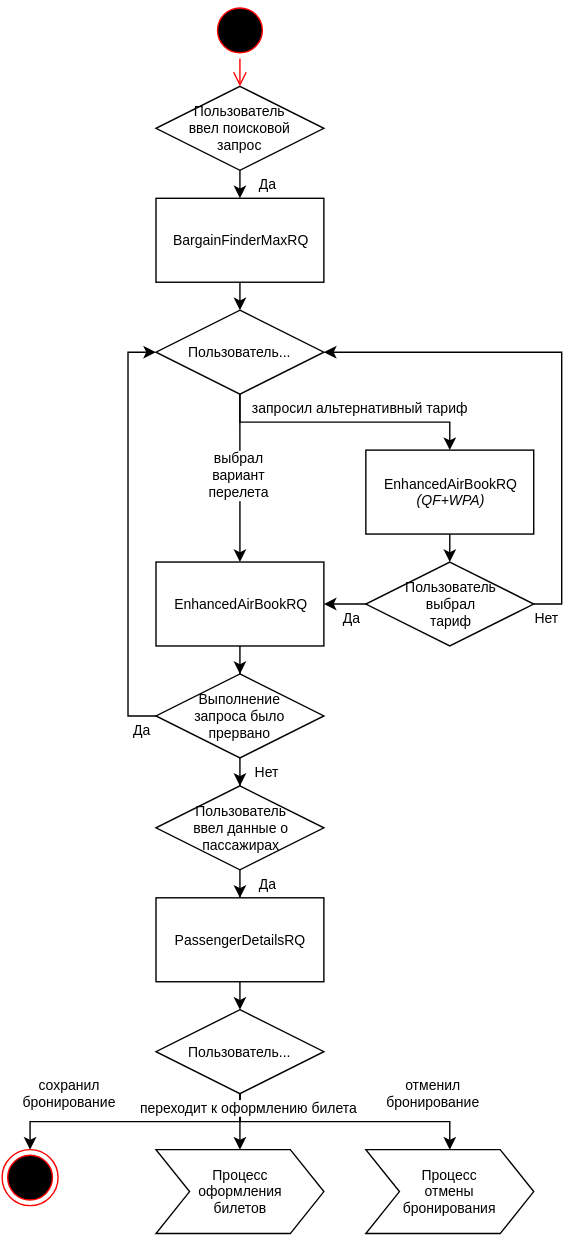
andreypolyak/sabre-apis-ru keeps this draw.io diagram as assets/svg/Search&Create Booking/[RU]Search&Create Booking[NoWPNC]-2.svg. Above is the earlier version. Source tidied: cells renumbered, new cells last; positions are measured from the earlier drawing's top-left corner, leaving out a move shared by most shapes.
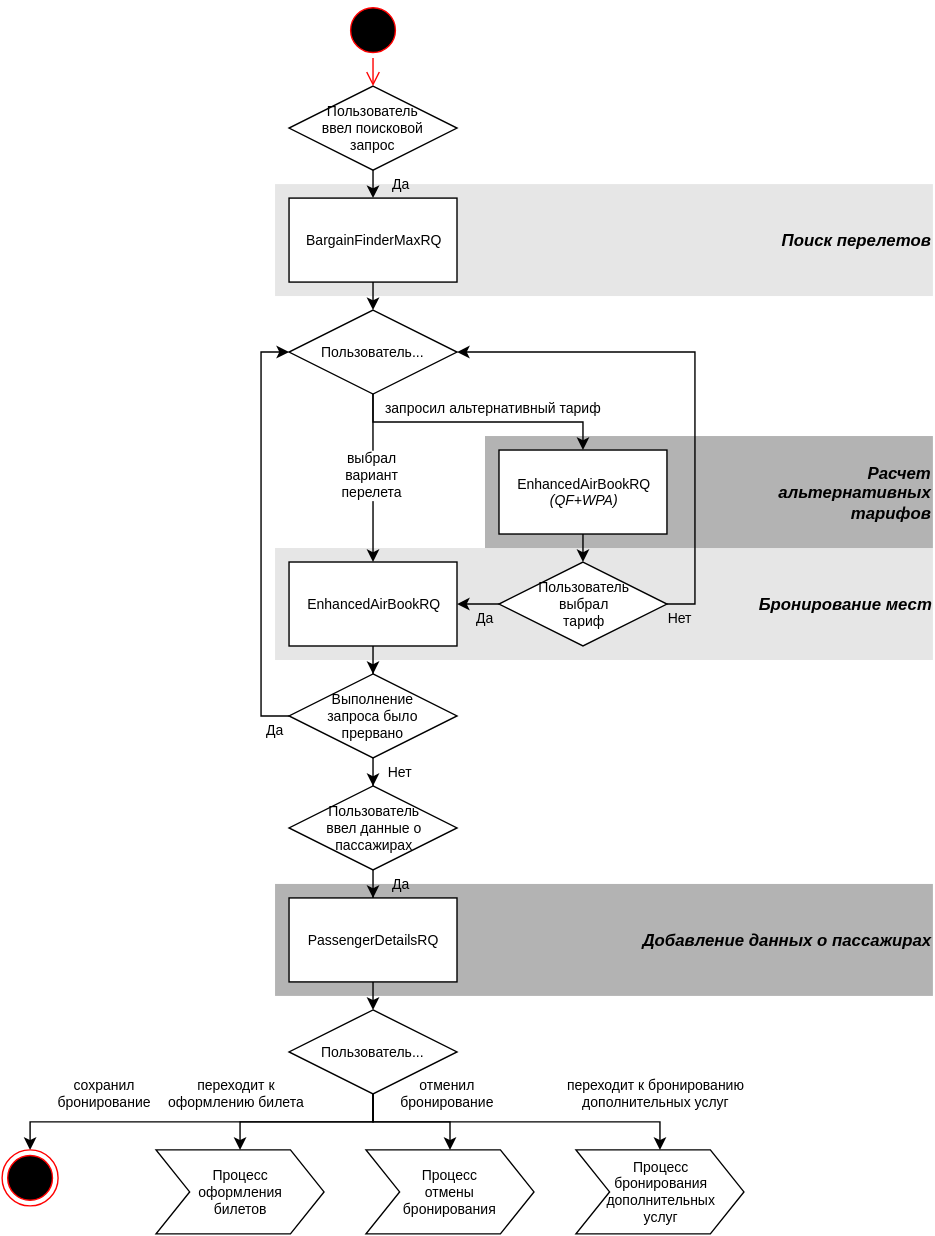
After the change.

Diff of the diagram source:
```diff
@@ -2,7 +2,19 @@
   <root>
     <mxCell id="0" />
     <mxCell id="1" parent="0" />
+    <mxCell id="32" value="&lt;div style=&quot;text-align: right&quot;&gt;&lt;i style=&quot;font-size: 12px ; line-height: 1.2&quot;&gt;&lt;b&gt;Добавление данных о пассажирах&lt;/b&gt;&lt;/i&gt;&lt;/div&gt;" style="whiteSpace=wrap;html=1;fillColor=#B3B3B3;fontSize=10;strokeColor=none;align=right;" parent="1" vertex="1">
+      <mxGeometry x="100" y="630" width="470" height="80" as="geometry" />
+    </mxCell>
+    <mxCell id="33" value="&lt;div style=&quot;text-align: right&quot;&gt;&lt;span style=&quot;line-height: 1.2&quot;&gt;&lt;font style=&quot;font-size: 12px&quot;&gt;&lt;b&gt;&lt;i&gt;Бронирование мест&lt;/i&gt;&lt;/b&gt;&lt;/font&gt;&lt;/span&gt;&lt;/div&gt;" style="whiteSpace=wrap;html=1;fillColor=#E6E6E6;fontSize=10;strokeColor=none;align=right;" parent="1" vertex="1">
+      <mxGeometry x="100" y="390" width="470" height="80" as="geometry" />
+    </mxCell>
+    <mxCell id="34" value="&lt;div style=&quot;text-align: right&quot;&gt;&lt;span&gt;&lt;b&gt;&lt;i&gt;&lt;font style=&quot;font-size: 12px&quot;&gt;Расчет&lt;/font&gt;&lt;/i&gt;&lt;/b&gt;&lt;/span&gt;&lt;/div&gt;&lt;div style=&quot;text-align: right&quot;&gt;&lt;span&gt;&lt;b&gt;&lt;i&gt;&lt;font style=&quot;font-size: 12px&quot;&gt;альтернативных&lt;/font&gt;&lt;/i&gt;&lt;/b&gt;&lt;/span&gt;&lt;/div&gt;&lt;div style=&quot;text-align: right&quot;&gt;&lt;span&gt;&lt;b&gt;&lt;i&gt;&lt;font style=&quot;font-size: 12px&quot;&gt;тарифов&lt;/font&gt;&lt;/i&gt;&lt;/b&gt;&lt;/span&gt;&lt;br&gt;&lt;/div&gt;" style="whiteSpace=wrap;html=1;fillColor=#B3B3B3;fontSize=10;strokeColor=none;align=right;" parent="1" vertex="1">
+      <mxGeometry x="250" y="310" width="320" height="80" as="geometry" />
+    </mxCell>
+    <mxCell id="35" value="&lt;div style=&quot;text-align: right&quot;&gt;&lt;font style=&quot;font-size: 12px&quot;&gt;&lt;i&gt;&lt;b&gt;Поиск перелетов&lt;/b&gt;&lt;/i&gt;&lt;/font&gt;&lt;/div&gt;" style="whiteSpace=wrap;html=1;fillColor=#E6E6E6;fontSize=10;strokeColor=none;align=right;" parent="1" vertex="1">
+      <mxGeometry x="100" y="130" width="470" height="80" as="geometry" />
+    </mxCell>
-    <mxCell id="2" value="Да" style="edgeStyle=orthogonalEdgeStyle;rounded=0;html=1;exitX=0.5;exitY=1;entryX=0.5;entryY=0;jettySize=auto;fontSize=10;" parent="1" edge="1" target="3">
+    <mxCell id="2" value="Да" style="edgeStyle=orthogonalEdgeStyle;rounded=0;html=1;exitX=0.5;exitY=1;entryX=0.5;entryY=0;jettySize=auto;fontSize=10;labelBackgroundColor=none;" parent="1" edge="1" target="3">
       <mxGeometry y="20" relative="1" as="geometry">
         <mxPoint x="170" y="120" as="sourcePoint" />
       </mxGeometry>
@@ -16,9 +28,6 @@
     <mxCell id="5" value="EnhancedAirBookRQ" style="whiteSpace=wrap;html=1;rounded=0;fontSize=10;" parent="1" vertex="1">
       <mxGeometry x="110" y="400" width="120" height="60" as="geometry" />
     </mxCell>
-    <mxCell id="6" style="edgeStyle=orthogonalEdgeStyle;rounded=0;html=1;entryX=0.5;entryY=0;jettySize=auto;exitX=0.5;exitY=1;fontSize=10;" parent="1" edge="1" source="7" target="21">
-      <mxGeometry relative="1" as="geometry" />
-    </mxCell>
     <mxCell id="7" value="PassengerDetailsRQ" style="whiteSpace=wrap;html=1;rounded=0;fontSize=10;" parent="1" vertex="1">
       <mxGeometry x="110" y="640" width="120" height="60" as="geometry" />
     </mxCell>
@@ -46,10 +55,10 @@
     <mxCell id="12" value="Пользователь..." style="rhombus;whiteSpace=wrap;html=1;rounded=0;fontSize=10;" parent="1" vertex="1">
       <mxGeometry x="110" y="220" width="120" height="60" as="geometry" />
     </mxCell>
-    <mxCell id="13" value="Нет" style="edgeStyle=orthogonalEdgeStyle;rounded=0;html=1;exitX=1;exitY=0.5;entryX=1;entryY=0.5;jettySize=auto;fontSize=10;" parent="1" edge="1" source="15" target="12">
+    <mxCell id="13" value="Нет" style="edgeStyle=orthogonalEdgeStyle;rounded=0;html=1;exitX=1;exitY=0.5;entryX=1;entryY=0.5;jettySize=auto;fontSize=10;labelBackgroundColor=none;" parent="1" edge="1" source="15" target="12">
       <mxGeometry x="-0.95" y="-10" relative="1" as="geometry" />
     </mxCell>
-    <mxCell id="14" value="Да" style="edgeStyle=orthogonalEdgeStyle;rounded=0;html=1;exitX=0;exitY=0.5;jettySize=auto;fontSize=10;" parent="1" edge="1" source="15">
+    <mxCell id="14" value="Да" style="edgeStyle=orthogonalEdgeStyle;rounded=0;html=1;exitX=0;exitY=0.5;jettySize=auto;fontSize=10;labelBackgroundColor=none;" parent="1" edge="1" source="15">
       <mxGeometry x="-0.33" y="10" relative="1" as="geometry">
         <mxPoint x="230" y="430" as="targetPoint" />
       </mxGeometry>
@@ -57,7 +66,7 @@
     <mxCell id="15" value="Пользователь&lt;div&gt;выбрал&lt;div&gt;тариф&lt;/div&gt;&lt;/div&gt;" style="rhombus;whiteSpace=wrap;html=1;rounded=0;fontSize=10;" parent="1" vertex="1">
       <mxGeometry x="260" y="400" width="120" height="60" as="geometry" />
     </mxCell>
-    <mxCell id="16" value="Да" style="edgeStyle=orthogonalEdgeStyle;rounded=0;html=1;jettySize=auto;fontSize=10;exitX=0.5;exitY=1;" parent="1" edge="1" source="17" target="7">
+    <mxCell id="16" value="Да" style="edgeStyle=orthogonalEdgeStyle;rounded=0;html=1;jettySize=auto;fontSize=10;exitX=0.5;exitY=1;labelBackgroundColor=none;" parent="1" edge="1" source="17" target="7">
       <mxGeometry x="0.67" y="20" relative="1" as="geometry" />
     </mxCell>
     <mxCell id="17" value="Пользователь&lt;div&gt;ввел&amp;nbsp;&lt;span style=&quot;line-height: 1.2&quot;&gt;данные&amp;nbsp;&lt;/span&gt;&lt;span style=&quot;line-height: 1.2&quot;&gt;о&lt;/span&gt;&lt;/div&gt;&lt;div&gt;&lt;span style=&quot;line-height: 1.2&quot;&gt;пассажирах&lt;/span&gt;&lt;/div&gt;" style="rhombus;whiteSpace=wrap;html=1;rounded=0;fontSize=10;" parent="1" vertex="1">
@@ -66,27 +75,6 @@
     <mxCell id="18" value="Нет" style="edgeStyle=orthogonalEdgeStyle;rounded=0;html=1;jettySize=auto;fontSize=10;exitX=0.5;exitY=1;" parent="1" edge="1" source="25" target="17">
       <mxGeometry x="0.67" y="20" relative="1" as="geometry" />
     </mxCell>
-    <mxCell id="19" value="отменил&lt;div&gt;бронирование&lt;/div&gt;" style="edgeStyle=orthogonalEdgeStyle;rounded=0;html=1;exitX=0.5;exitY=1;jettySize=auto;fontSize=10;entryX=0.5;entryY=0;" parent="1" edge="1" source="21">
-      <mxGeometry x="0.68" y="20" relative="1" as="geometry">
-        <mxPoint x="320" y="820" as="targetPoint" />
-        <Array as="points">
-          <mxPoint x="170" y="800" />
-          <mxPoint x="320" y="800" />
-        </Array>
-      </mxGeometry>
-    </mxCell>
-    <mxCell id="20" value="сохранил&lt;div&gt;бронирование&lt;/div&gt;" style="edgeStyle=orthogonalEdgeStyle;rounded=0;html=1;exitX=0.5;exitY=1;jettySize=auto;fontSize=10;entryX=0.5;entryY=0;entryPerimeter=0;" parent="1" edge="1" source="21">
-      <mxGeometry x="0.47" y="-20" relative="1" as="geometry">
-        <mxPoint x="20" y="820" as="targetPoint" />
-        <Array as="points">
-          <mxPoint x="170" y="800" />
-          <mxPoint x="20" y="800" />
-        </Array>
-      </mxGeometry>
-    </mxCell>
-    <mxCell id="21" value="Пользователь..." style="rhombus;whiteSpace=wrap;html=1;rounded=0;fontSize=10;" parent="1" vertex="1">
-      <mxGeometry x="110" y="720" width="120" height="60" as="geometry" />
-    </mxCell>
     <mxCell id="22" value="EnhancedAirBookRQ&lt;div&gt;&lt;i&gt;(QF+WPA)&lt;/i&gt;&lt;/div&gt;" style="whiteSpace=wrap;html=1;rounded=0;fontSize=10;" parent="1" vertex="1">
       <mxGeometry x="260" y="320" width="120" height="60" as="geometry" />
     </mxCell>
@@ -104,25 +92,71 @@
     <mxCell id="25" value="Выполнение&lt;div&gt;запроса было&lt;/div&gt;&lt;div&gt;прервано&lt;/div&gt;" style="rhombus;whiteSpace=wrap;html=1;rounded=0;fontSize=10;" parent="1" vertex="1">
       <mxGeometry x="110" y="480" width="120" height="60" as="geometry" />
     </mxCell>
+    <mxCell id="28" style="ellipse;html=1;shape=startState;fillColor=#000000;strokeColor=#ff0000;rounded=0;fontSize=10;align=center;" parent="1" vertex="1">
+      <mxGeometry x="150" width="40" height="40" as="geometry" />
+    </mxCell>
+    <mxCell id="29" style="edgeStyle=orthogonalEdgeStyle;html=1;verticalAlign=bottom;endArrow=open;endSize=8;strokeColor=#ff0000;fontSize=10;" parent="1" edge="1" source="28" target="23">
+      <mxGeometry relative="1" as="geometry" />
+    </mxCell>
+    <mxCell id="36" style="edgeStyle=orthogonalEdgeStyle;rounded=0;html=1;entryX=0.5;entryY=0;jettySize=auto;orthogonalLoop=1;exitX=0.5;exitY=1;fontSize=10;" parent="1" edge="1">
+      <mxGeometry x="360" y="720" as="geometry">
+        <mxPoint x="170" y="700" as="sourcePoint" />
+        <mxPoint x="170" y="720" as="targetPoint" />
+      </mxGeometry>
+    </mxCell>
+    <mxCell id="19" value="отменил&lt;div&gt;бронирование&lt;/div&gt;" style="edgeStyle=orthogonalEdgeStyle;rounded=0;html=1;jettySize=auto;fontSize=10;entryX=0.5;entryY=0;exitX=0.5;exitY=1;" parent="1" edge="1" source="21">
+      <mxGeometry as="geometry">
+        <mxPoint x="225" y="820" as="targetPoint" />
+        <Array as="points">
+          <mxPoint x="170" y="800" />
+          <mxPoint x="225" y="800" />
+        </Array>
+        <mxPoint x="28" y="-20" as="offset" />
+      </mxGeometry>
+    </mxCell>
+    <mxCell id="20" value="сохранил&lt;div&gt;бронирование&lt;/div&gt;" style="edgeStyle=orthogonalEdgeStyle;rounded=0;html=1;exitX=0.5;exitY=1;jettySize=auto;fontSize=10;entryX=0.5;entryY=0;entryPerimeter=0;" parent="1" edge="1" source="21">
+      <mxGeometry as="geometry">
+        <mxPoint x="-75" y="820" as="targetPoint" />
+        <Array as="points">
+          <mxPoint x="170" y="800" />
+          <mxPoint x="-75" y="800" />
+        </Array>
+        <mxPoint x="-67" y="-20" as="offset" />
+      </mxGeometry>
+    </mxCell>
+    <mxCell id="37" value="переходит к бронированию&lt;div&gt;дополнительных услуг&lt;/div&gt;" style="edgeStyle=orthogonalEdgeStyle;rounded=0;html=1;exitX=0.5;exitY=1;jettySize=auto;fontSize=10;" parent="1" edge="1" source="21" target="39">
+      <mxGeometry as="geometry">
+        <Array as="points">
+          <mxPoint x="170" y="800" />
+          <mxPoint x="375" y="800" />
+        </Array>
+        <mxPoint x="103" y="-20" as="offset" />
+      </mxGeometry>
+    </mxCell>
+    <mxCell id="21" value="Пользователь..." style="rhombus;whiteSpace=wrap;html=1;rounded=0;fontSize=10;" parent="1" vertex="1">
+      <mxGeometry x="110" y="720" width="120" height="60" as="geometry" />
+    </mxCell>
     <mxCell id="26" value="&lt;div style=&quot;text-align: center&quot;&gt;Процесс&lt;/div&gt;&lt;div style=&quot;text-align: center&quot;&gt;оформления&lt;/div&gt;&lt;div style=&quot;text-align: center&quot;&gt;билетов&lt;/div&gt;" style="shape=step;whiteSpace=wrap;html=1;rounded=0;fontSize=10;align=center;" parent="1" vertex="1">
-      <mxGeometry x="110" y="820" width="120" height="60" as="geometry" />
+      <mxGeometry x="15" y="820" width="120" height="60" as="geometry" />
     </mxCell>
     <mxCell id="27" value="&lt;div style=&quot;text-align: center&quot;&gt;Процесс&lt;/div&gt;&lt;div style=&quot;text-align: center&quot;&gt;отмены&lt;/div&gt;&lt;div style=&quot;text-align: center&quot;&gt;бронирования&lt;/div&gt;" style="shape=step;whiteSpace=wrap;html=1;rounded=0;fontSize=10;align=center;" parent="1" vertex="1">
-      <mxGeometry x="260" y="820" width="120" height="60" as="geometry" />
+      <mxGeometry x="165" y="820" width="120" height="60" as="geometry" />
     </mxCell>
-    <mxCell id="28" style="ellipse;html=1;shape=startState;fillColor=#000000;strokeColor=#ff0000;rounded=0;fontSize=10;align=center;" parent="1" vertex="1">
-      <mxGeometry x="150" width="40" height="40" as="geometry" />
-    </mxCell>
-    <mxCell id="29" style="edgeStyle=orthogonalEdgeStyle;html=1;verticalAlign=bottom;endArrow=open;endSize=8;strokeColor=#ff0000;fontSize=10;" parent="1" edge="1" source="28" target="23">
-      <mxGeometry relative="1" as="geometry" />
-    </mxCell>
-    <mxCell id="30" style="ellipse;html=1;shape=endState;fillColor=#000000;strokeColor=#ff0000;rounded=0;fontSize=10;align=center;" parent="1" vertex="1">
-      <mxGeometry y="820" width="40" height="40" as="geometry" />
-    </mxCell>
+    <mxCell id="38" style="ellipse;html=1;shape=endState;fillColor=#000000;strokeColor=#ff0000;rounded=0;fontSize=10;align=center;" parent="1" vertex="1">
+      <mxGeometry x="-95" y="820" width="40" height="40" as="geometry" />
+    </mxCell>
-    <mxCell id="31" value="переходит к&amp;nbsp;&lt;span style=&quot;line-height: 1.2&quot;&gt;оформлению билета&lt;/span&gt;" style="edgeStyle=orthogonalEdgeStyle;rounded=0;html=1;exitX=0.5;exitY=1;entryX=0.5;entryY=0;jettySize=auto;fontSize=10;" parent="1" edge="1" source="21">
-      <mxGeometry x="-0.5" y="10" relative="1" as="geometry">
-        <mxPoint x="170" y="820" as="targetPoint" />
+    <mxCell id="31" value="переходит к&lt;div&gt;&lt;span style=&quot;line-height: 1.2&quot;&gt;оформлению билета&lt;/span&gt;&lt;/div&gt;" style="edgeStyle=orthogonalEdgeStyle;rounded=0;html=1;exitX=0.5;exitY=1;entryX=0.5;entryY=0;jettySize=auto;fontSize=10;" parent="1" edge="1" source="21">
+      <mxGeometry as="geometry">
+        <mxPoint x="75" y="820" as="targetPoint" />
+        <Array as="points">
+          <mxPoint x="170" y="800" />
+          <mxPoint x="75" y="800" />
+        </Array>
+        <mxPoint x="-47" y="-20" as="offset" />
       </mxGeometry>
     </mxCell>
+    <mxCell id="39" value="Процесс&lt;div&gt;бронирования&lt;/div&gt;&lt;div&gt;дополнительных&lt;/div&gt;&lt;div&gt;услуг&lt;/div&gt;" style="shape=step;whiteSpace=wrap;html=1;rounded=0;fontSize=10;align=center;" parent="1" vertex="1">
+      <mxGeometry x="315" y="820" width="120" height="60" as="geometry" />
+    </mxCell>
   </root>
 </mxGraphModel>
```
